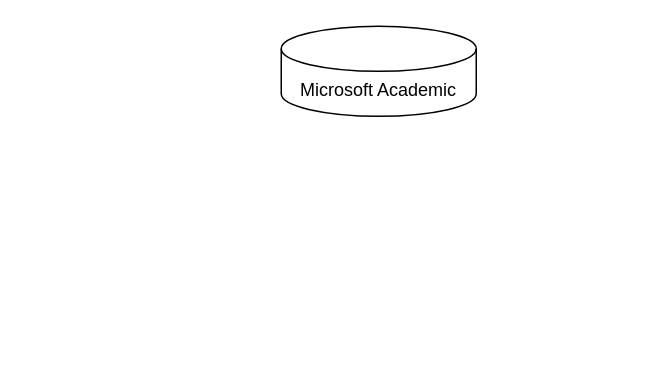
Earlier version of the draw.io diagram doc/architecture/academic.drawio (LivelyKernel/lively4-core). Source tidied: cells renumbered, new cells numbered last; positions are measured from the earlier drawing's top-left corner, leaving out a move shared by most shapes. Both pictures are drawn from the tidied source at 150%, with x=0, y=0 at pixel (280, 26).
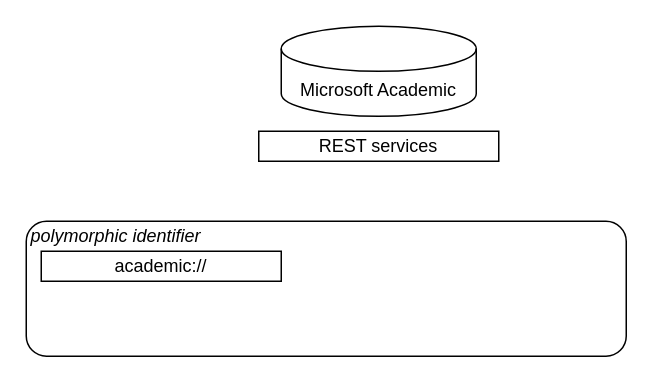
After the change.

What changed in the source:
```diff
@@
 <mxGraphModel background="#ffffff">
   <root>
     <mxCell id="0" />
     <mxCell id="1" parent="0" />
+    <mxCell id="3" style="rounded=1;whiteSpace=wrap;html=1;" parent="1" vertex="1">
+      <mxGeometry x="-170" y="130" width="400" height="90" as="geometry" />
+    </mxCell>
     <mxCell id="2" value="&lt;span&gt;Microsoft Academic&lt;/span&gt;" style="shape=cylinder3;whiteSpace=wrap;html=1;boundedLbl=1;backgroundOutline=1;size=15;" parent="1" vertex="1">
       <mxGeometry width="130" height="60" as="geometry" />
     </mxCell>
+    <mxCell id="4" value="REST services" style="rounded=0;whiteSpace=wrap;html=1;" parent="1" vertex="1">
+      <mxGeometry x="-15" y="70" width="160" height="20" as="geometry" />
+    </mxCell>
+    <mxCell id="5" value="academic://" style="rounded=0;whiteSpace=wrap;html=1;" parent="1" vertex="1">
+      <mxGeometry x="-160" y="150" width="160" height="20" as="geometry" />
+    </mxCell>
+    <mxCell id="6" value="polymorphic identifier" style="text;html=1;strokeColor=none;fillColor=none;align=center;verticalAlign=middle;whiteSpace=wrap;rounded=0;fontStyle=2;" parent="1" vertex="1">
+      <mxGeometry x="-170" y="130" width="120" height="20" as="geometry" />
+    </mxCell>
   </root>
 </mxGraphModel>
```
